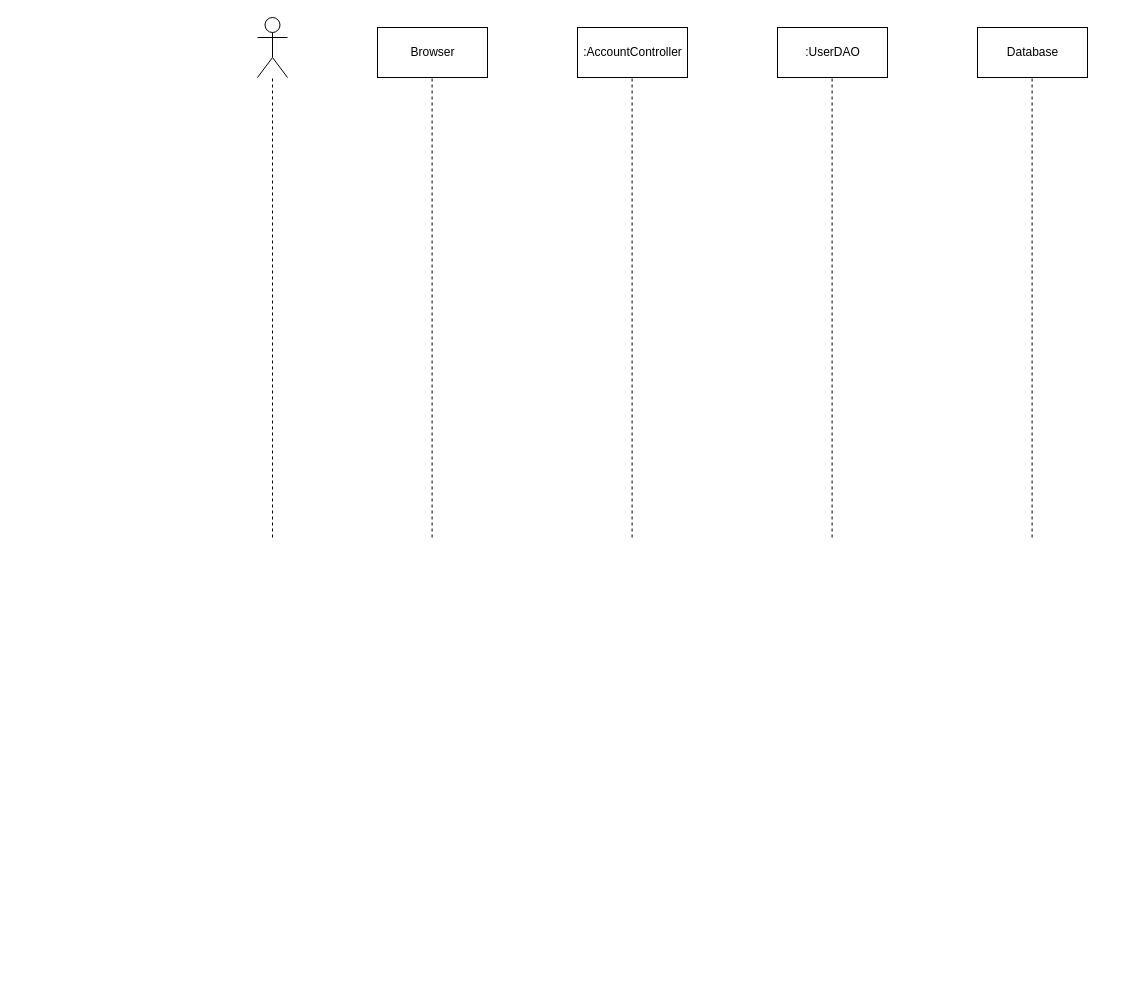
Earlier version of the draw.io diagram Documentation/Diagrams/Sequence-Diagram/Reset-Password-Sequence-Diagram.drawio (DavidDoanT/Project_DuoLegend). Source tidied: cells renumbered, new cells numbered last; positions are measured from the earlier drawing's top-left corner, leaving out a move shared by most shapes. Both pictures are drawn from the tidied source at 100%, with x=0, y=0 at pixel (257, 17).
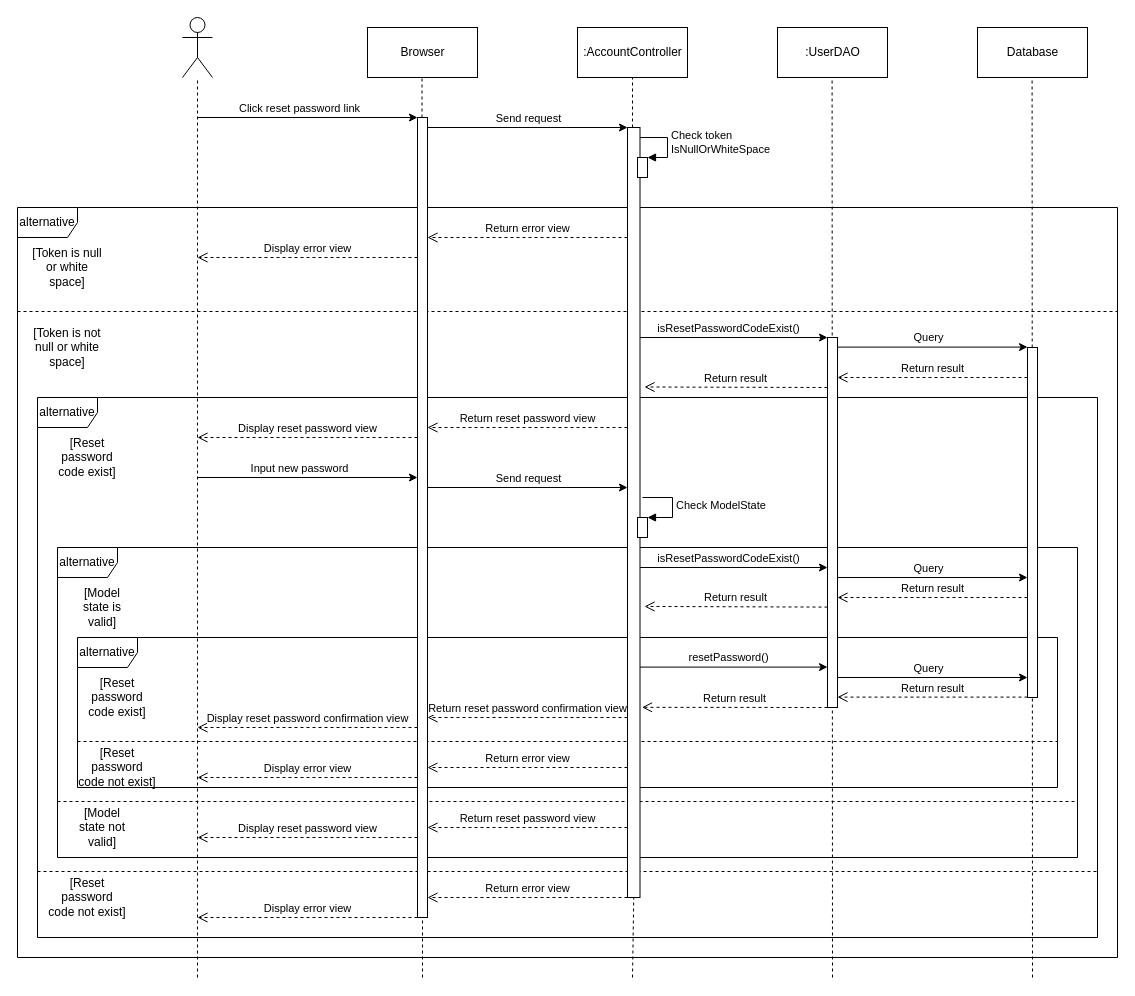
The same diagram, later.

Unchanged cells that the change refers to:
```xml
<mxCell id="4" value=":AccountController" style="html=1;" parent="1" vertex="1">
  <mxGeometry x="320" y="10" width="110" height="50" as="geometry" />
</mxCell>
```

Change to the diagram source:
```diff
@@
+    <mxCell id="12" value="alternative" style="shape=umlFrame;whiteSpace=wrap;html=1;" parent="1" vertex="1">
+      <mxGeometry x="-240" y="190" width="1100" height="750" as="geometry" />
+    </mxCell>
+    <mxCell id="13" style="endArrow=none;dashed=1;html=1;fontColor=none;entryX=0.5;entryY=1;entryDx=0;entryDy=0;startArrow=none;" parent="1" edge="1" source="72" target="4">
+      <mxGeometry relative="1" as="geometry" />
+    </mxCell>
+    <mxCell id="14" value="alternative" style="shape=umlFrame;whiteSpace=wrap;html=1;" parent="1" vertex="1">
+      <mxGeometry x="-220" y="380" width="1060" height="540" as="geometry" />
+    </mxCell>
+    <mxCell id="15" value="alternative" style="shape=umlFrame;whiteSpace=wrap;html=1;" parent="1" vertex="1">
+      <mxGeometry x="-200" y="530" width="1020" height="310" as="geometry" />
+    </mxCell>
+    <mxCell id="16" value="alternative" style="shape=umlFrame;whiteSpace=wrap;html=1;" parent="1" vertex="1">
+      <mxGeometry x="-180" y="620" width="980" height="150" as="geometry" />
+    </mxCell>
     <mxCell id="2" value="Actor" style="shape=umlActor;verticalLabelPosition=bottom;verticalAlign=top;html=1;noLabel=1;fontColor=none;" parent="1" vertex="1">
-      <mxGeometry width="30" height="60" as="geometry" />
+      <mxGeometry x="-75" width="30" height="60" as="geometry" />
     </mxCell>
     <mxCell id="3" value="Browser" style="html=1;" parent="1" vertex="1">
-      <mxGeometry x="120" y="10" width="110" height="50" as="geometry" />
+      <mxGeometry x="110" y="10" width="110" height="50" as="geometry" />
     </mxCell>
@@
     <mxCell id="7" style="endArrow=none;dashed=1;html=1;fontColor=none;" parent="1" edge="1" target="2">
       <mxGeometry relative="1" as="geometry">
-        <mxPoint x="15" y="520" as="sourcePoint" />
+        <mxPoint x="-60" y="960" as="sourcePoint" />
       </mxGeometry>
     </mxCell>
     <mxCell id="8" style="endArrow=none;dashed=1;html=1;fontColor=none;" parent="1" edge="1">
       <mxGeometry relative="1" as="geometry">
-        <mxPoint x="574.6" y="520" as="sourcePoint" />
+        <mxPoint x="575" y="960" as="sourcePoint" />
         <mxPoint x="574.6" y="60" as="targetPoint" />
       </mxGeometry>
     </mxCell>
-    <mxCell id="9" style="endArrow=none;dashed=1;html=1;fontColor=none;" parent="1" edge="1">
-      <mxGeometry relative="1" as="geometry">
-        <mxPoint x="374.6" y="520" as="sourcePoint" />
-        <mxPoint x="374.6" y="60" as="targetPoint" />
-      </mxGeometry>
-    </mxCell>
-    <mxCell id="10" style="endArrow=none;dashed=1;html=1;fontColor=none;" parent="1" edge="1">
+    <mxCell id="10" style="endArrow=none;dashed=1;html=1;fontColor=none;startArrow=none;" parent="1" edge="1" source="70">
       <mxGeometry relative="1" as="geometry">
-        <mxPoint x="174.6" y="520" as="sourcePoint" />
-        <mxPoint x="174.6" y="60" as="targetPoint" />
+        <mxPoint x="164.5" y="60" as="targetPoint" />
       </mxGeometry>
     </mxCell>
     <mxCell id="11" style="endArrow=none;dashed=1;html=1;fontColor=none;" parent="1" edge="1">
       <mxGeometry relative="1" as="geometry">
-        <mxPoint x="774.6" y="520" as="sourcePoint" />
+        <mxPoint x="775" y="960" as="sourcePoint" />
         <mxPoint x="774.6" y="60" as="targetPoint" />
       </mxGeometry>
     </mxCell>
+    <mxCell id="17" style="endArrow=classic;html=1;" parent="1" edge="1">
+      <mxGeometry relative="1" as="geometry">
+        <mxPoint x="-60" y="100" as="sourcePoint" />
+        <mxPoint x="160" y="100" as="targetPoint" />
+      </mxGeometry>
+    </mxCell>
+    <mxCell id="18" value="Click reset password link" style="edgeLabel;html=1;align=center;verticalAlign=middle;" parent="17" vertex="1">
+      <mxGeometry x="-0.08" y="1" relative="1" as="geometry">
+        <mxPoint y="-9" as="offset" />
+      </mxGeometry>
+    </mxCell>
+    <mxCell id="19" style="endArrow=classic;html=1;" parent="1" edge="1">
+      <mxGeometry relative="1" as="geometry">
+        <mxPoint x="170" y="110" as="sourcePoint" />
+        <mxPoint x="370" y="110" as="targetPoint" />
+      </mxGeometry>
+    </mxCell>
+    <mxCell id="20" value="Send request" style="edgeLabel;html=1;align=center;verticalAlign=middle;" parent="19" vertex="1">
+      <mxGeometry x="-0.18" y="2" relative="1" as="geometry">
+        <mxPoint x="18" y="-8" as="offset" />
+      </mxGeometry>
+    </mxCell>
+    <mxCell id="21" value="Check token &lt;br&gt;IsNullOrWhiteSpace" style="edgeStyle=orthogonalEdgeStyle;html=1;align=left;spacingLeft=2;endArrow=block;rounded=0;entryX=1;entryY=0;" parent="1" edge="1" target="74">
+      <mxGeometry relative="1" as="geometry">
+        <mxPoint x="380" y="120" as="sourcePoint" />
+        <Array as="points">
+          <mxPoint x="410" y="120" />
+          <mxPoint x="410" y="140" />
+        </Array>
+      </mxGeometry>
+    </mxCell>
+    <mxCell id="22" value="[Token is null or white space]" style="text;html=1;strokeColor=none;fillColor=none;align=center;verticalAlign=middle;whiteSpace=wrap;rounded=0;" parent="1" vertex="1">
+      <mxGeometry x="-230" y="240" width="80" height="20" as="geometry" />
+    </mxCell>
+    <mxCell id="23" value="Return error view" style="html=1;verticalAlign=bottom;endArrow=open;dashed=1;endSize=8;" parent="1" edge="1">
+      <mxGeometry relative="1" as="geometry">
+        <mxPoint x="370" y="220" as="sourcePoint" />
+        <mxPoint x="170" y="220" as="targetPoint" />
+      </mxGeometry>
+    </mxCell>
+    <mxCell id="24" value="Display error view" style="html=1;verticalAlign=bottom;endArrow=open;dashed=1;endSize=8;" parent="1" edge="1">
+      <mxGeometry relative="1" as="geometry">
+        <mxPoint x="160" y="240" as="sourcePoint" />
+        <mxPoint x="-60" y="240" as="targetPoint" />
+      </mxGeometry>
+    </mxCell>
+    <mxCell id="25" value="[Token is not null or white space]" style="text;html=1;strokeColor=none;fillColor=none;align=center;verticalAlign=middle;whiteSpace=wrap;rounded=0;" parent="1" vertex="1">
+      <mxGeometry x="-230" y="320" width="80" height="20" as="geometry" />
+    </mxCell>
+    <mxCell id="26" style="edgeStyle=orthogonalEdgeStyle;rounded=0;orthogonalLoop=1;jettySize=auto;html=1;exitX=0.5;exitY=1;exitDx=0;exitDy=0;" parent="1" edge="1" source="25" target="25">
+      <mxGeometry relative="1" as="geometry" />
+    </mxCell>
+    <mxCell id="27" style="line;strokeWidth=1;fillColor=none;align=left;verticalAlign=middle;spacingTop=-1;spacingLeft=3;spacingRight=3;labelPosition=right;dashed=1;" parent="1" vertex="1">
+      <mxGeometry x="-240" y="290" width="1100" height="8" as="geometry" />
+    </mxCell>
+    <mxCell id="28" style="endArrow=classic;html=1;" parent="1" edge="1">
+      <mxGeometry relative="1" as="geometry">
+        <mxPoint x="380" y="320" as="sourcePoint" />
+        <mxPoint x="570" y="320" as="targetPoint" />
+      </mxGeometry>
+    </mxCell>
+    <mxCell id="29" value="isResetPasswordCodeExist()" style="edgeLabel;html=1;align=center;verticalAlign=middle;" parent="28" vertex="1">
+      <mxGeometry x="-0.15" relative="1" as="geometry">
+        <mxPoint x="9" y="-10" as="offset" />
+      </mxGeometry>
+    </mxCell>
+    <mxCell id="30" style="endArrow=classic;html=1;" parent="1" edge="1">
+      <mxGeometry relative="1" as="geometry">
+        <mxPoint x="580" y="329.6" as="sourcePoint" />
+        <mxPoint x="770" y="329.6" as="targetPoint" />
+      </mxGeometry>
+    </mxCell>
+    <mxCell id="31" value="Query" style="edgeLabel;html=1;align=center;verticalAlign=middle;" parent="30" vertex="1">
+      <mxGeometry x="-0.15" relative="1" as="geometry">
+        <mxPoint x="9" y="-10" as="offset" />
+      </mxGeometry>
+    </mxCell>
+    <mxCell id="32" value="Return result" style="html=1;verticalAlign=bottom;endArrow=open;dashed=1;endSize=8;" parent="1" edge="1">
+      <mxGeometry relative="1" as="geometry">
+        <mxPoint x="770" y="360" as="sourcePoint" />
+        <mxPoint x="580" y="360" as="targetPoint" />
+      </mxGeometry>
+    </mxCell>
+    <mxCell id="33" value="Return result" style="html=1;verticalAlign=bottom;endArrow=open;dashed=1;endSize=8;entryX=1.36;entryY=0.337;entryDx=0;entryDy=0;entryPerimeter=0;" parent="1" edge="1" target="72">
+      <mxGeometry relative="1" as="geometry">
+        <mxPoint x="570" y="370" as="sourcePoint" />
+      </mxGeometry>
+    </mxCell>
+    <mxCell id="34" value="Return reset password view" style="html=1;verticalAlign=bottom;endArrow=open;dashed=1;endSize=8;" parent="1" edge="1">
+      <mxGeometry relative="1" as="geometry">
+        <mxPoint x="370" y="410" as="sourcePoint" />
+        <mxPoint x="170" y="410" as="targetPoint" />
+      </mxGeometry>
+    </mxCell>
+    <mxCell id="35" style="line;strokeWidth=1;fillColor=none;align=left;verticalAlign=middle;spacingTop=-1;spacingLeft=3;spacingRight=3;labelPosition=right;dashed=1;" parent="1" vertex="1">
+      <mxGeometry x="-220" y="850" width="1060" height="8" as="geometry" />
+    </mxCell>
+    <mxCell id="36" value="Display reset password view" style="html=1;verticalAlign=bottom;endArrow=open;dashed=1;endSize=8;" parent="1" edge="1">
+      <mxGeometry relative="1" as="geometry">
+        <mxPoint x="160" y="420" as="sourcePoint" />
+        <mxPoint x="-60" y="420" as="targetPoint" />
+      </mxGeometry>
+    </mxCell>
+    <mxCell id="37" value="[Reset password code exist]" style="text;html=1;strokeColor=none;fillColor=none;align=center;verticalAlign=middle;whiteSpace=wrap;rounded=0;dashed=1;" parent="1" vertex="1">
+      <mxGeometry x="-200" y="430" width="60" height="20" as="geometry" />
+    </mxCell>
+    <mxCell id="38" value="[Reset password code not exist]" style="text;html=1;strokeColor=none;fillColor=none;align=center;verticalAlign=middle;whiteSpace=wrap;rounded=0;dashed=1;" parent="1" vertex="1">
+      <mxGeometry x="-210" y="870" width="80" height="20" as="geometry" />
+    </mxCell>
+    <mxCell id="39" value="Return error view" style="html=1;verticalAlign=bottom;endArrow=open;dashed=1;endSize=8;" parent="1" edge="1">
+      <mxGeometry relative="1" as="geometry">
+        <mxPoint x="370" y="880" as="sourcePoint" />
+        <mxPoint x="170" y="880" as="targetPoint" />
+      </mxGeometry>
+    </mxCell>
+    <mxCell id="40" value="Display error view" style="html=1;verticalAlign=bottom;endArrow=open;dashed=1;endSize=8;" parent="1" edge="1">
+      <mxGeometry relative="1" as="geometry">
+        <mxPoint x="160" y="900" as="sourcePoint" />
+        <mxPoint x="-60" y="900" as="targetPoint" />
+      </mxGeometry>
+    </mxCell>
+    <mxCell id="41" style="endArrow=classic;html=1;" parent="1" edge="1">
+      <mxGeometry relative="1" as="geometry">
+        <mxPoint x="-60" y="460" as="sourcePoint" />
+        <mxPoint x="160" y="460" as="targetPoint" />
+      </mxGeometry>
+    </mxCell>
+    <mxCell id="42" value="Input new password" style="edgeLabel;html=1;align=center;verticalAlign=middle;" parent="41" vertex="1">
+      <mxGeometry x="-0.08" y="1" relative="1" as="geometry">
+        <mxPoint y="-9" as="offset" />
+      </mxGeometry>
+    </mxCell>
+    <mxCell id="43" style="endArrow=classic;html=1;" parent="1" edge="1">
+      <mxGeometry relative="1" as="geometry">
+        <mxPoint x="170" y="470" as="sourcePoint" />
+        <mxPoint x="370" y="470" as="targetPoint" />
+      </mxGeometry>
+    </mxCell>
+    <mxCell id="44" value="Send request" style="edgeLabel;html=1;align=center;verticalAlign=middle;" parent="43" vertex="1">
+      <mxGeometry x="-0.18" y="2" relative="1" as="geometry">
+        <mxPoint x="18" y="-8" as="offset" />
+      </mxGeometry>
+    </mxCell>
+    <mxCell id="45" value="Check ModelState" style="edgeStyle=orthogonalEdgeStyle;html=1;align=left;spacingLeft=2;endArrow=block;rounded=0;entryX=1;entryY=0;" parent="1" edge="1" target="75">
+      <mxGeometry relative="1" as="geometry">
+        <mxPoint x="385" y="480" as="sourcePoint" />
+        <Array as="points">
+          <mxPoint x="415" y="480" />
+        </Array>
+      </mxGeometry>
+    </mxCell>
+    <mxCell id="46" style="line;strokeWidth=1;fillColor=none;align=left;verticalAlign=middle;spacingTop=-1;spacingLeft=3;spacingRight=3;labelPosition=right;dashed=1;" parent="1" vertex="1">
+      <mxGeometry x="-200" y="780" width="1020" height="8" as="geometry" />
+    </mxCell>
+    <mxCell id="47" value="[Model state not valid]" style="text;html=1;strokeColor=none;fillColor=none;align=center;verticalAlign=middle;whiteSpace=wrap;rounded=0;dashed=1;" parent="1" vertex="1">
+      <mxGeometry x="-180" y="800" width="50" height="20" as="geometry" />
+    </mxCell>
+    <mxCell id="48" value="Return reset password view" style="html=1;verticalAlign=bottom;endArrow=open;dashed=1;endSize=8;" parent="1" edge="1">
+      <mxGeometry relative="1" as="geometry">
+        <mxPoint x="370" y="810" as="sourcePoint" />
+        <mxPoint x="170" y="810" as="targetPoint" />
+      </mxGeometry>
+    </mxCell>
+    <mxCell id="49" value="Display reset password view" style="html=1;verticalAlign=bottom;endArrow=open;dashed=1;endSize=8;" parent="1" edge="1">
+      <mxGeometry relative="1" as="geometry">
+        <mxPoint x="160" y="820" as="sourcePoint" />
+        <mxPoint x="-60" y="820" as="targetPoint" />
+      </mxGeometry>
+    </mxCell>
+    <mxCell id="50" style="endArrow=classic;html=1;" parent="1" edge="1">
+      <mxGeometry relative="1" as="geometry">
+        <mxPoint x="380" y="550" as="sourcePoint" />
+        <mxPoint x="570" y="550" as="targetPoint" />
+      </mxGeometry>
+    </mxCell>
+    <mxCell id="51" value="isResetPasswordCodeExist()" style="edgeLabel;html=1;align=center;verticalAlign=middle;" parent="50" vertex="1">
+      <mxGeometry x="-0.15" relative="1" as="geometry">
+        <mxPoint x="9" y="-10" as="offset" />
+      </mxGeometry>
+    </mxCell>
+    <mxCell id="52" value="[Model state is valid]" style="text;html=1;strokeColor=none;fillColor=none;align=center;verticalAlign=middle;whiteSpace=wrap;rounded=0;dashed=1;" parent="1" vertex="1">
+      <mxGeometry x="-180" y="580" width="50" height="20" as="geometry" />
+    </mxCell>
+    <mxCell id="53" style="endArrow=classic;html=1;" parent="1" edge="1">
+      <mxGeometry relative="1" as="geometry">
+        <mxPoint x="580" y="560" as="sourcePoint" />
+        <mxPoint x="770" y="560" as="targetPoint" />
+      </mxGeometry>
+    </mxCell>
+    <mxCell id="54" value="Query" style="edgeLabel;html=1;align=center;verticalAlign=middle;" parent="53" vertex="1">
+      <mxGeometry x="-0.15" relative="1" as="geometry">
+        <mxPoint x="9" y="-10" as="offset" />
+      </mxGeometry>
+    </mxCell>
+    <mxCell id="55" value="Return result" style="html=1;verticalAlign=bottom;endArrow=open;dashed=1;endSize=8;" parent="1" edge="1">
+      <mxGeometry relative="1" as="geometry">
+        <mxPoint x="770" y="580" as="sourcePoint" />
+        <mxPoint x="580" y="580" as="targetPoint" />
+      </mxGeometry>
+    </mxCell>
+    <mxCell id="56" value="Return result" style="html=1;verticalAlign=bottom;endArrow=open;dashed=1;endSize=8;entryX=1.36;entryY=0.622;entryDx=0;entryDy=0;entryPerimeter=0;" parent="1" edge="1" target="72">
+      <mxGeometry relative="1" as="geometry">
+        <mxPoint x="570" y="589.6" as="sourcePoint" />
+      </mxGeometry>
+    </mxCell>
+    <mxCell id="57" style="line;strokeWidth=1;fillColor=none;align=left;verticalAlign=middle;spacingTop=-1;spacingLeft=3;spacingRight=3;labelPosition=right;dashed=1;" parent="1" vertex="1">
+      <mxGeometry x="-180" y="720" width="980" height="8" as="geometry" />
+    </mxCell>
+    <mxCell id="58" value="[Reset password code exist]" style="text;html=1;strokeColor=none;fillColor=none;align=center;verticalAlign=middle;whiteSpace=wrap;rounded=0;dashed=1;" parent="1" vertex="1">
+      <mxGeometry x="-170" y="670" width="60" height="20" as="geometry" />
+    </mxCell>
+    <mxCell id="59" style="endArrow=classic;html=1;" parent="1" edge="1">
+      <mxGeometry relative="1" as="geometry">
+        <mxPoint x="380" y="649.6" as="sourcePoint" />
+        <mxPoint x="570" y="649.6" as="targetPoint" />
+      </mxGeometry>
+    </mxCell>
+    <mxCell id="60" value="resetPassword()" style="edgeLabel;html=1;align=center;verticalAlign=middle;" parent="59" vertex="1">
+      <mxGeometry x="-0.15" relative="1" as="geometry">
+        <mxPoint x="9" y="-10" as="offset" />
+      </mxGeometry>
+    </mxCell>
+    <mxCell id="61" style="endArrow=classic;html=1;" parent="1" edge="1">
+      <mxGeometry relative="1" as="geometry">
+        <mxPoint x="580" y="660" as="sourcePoint" />
+        <mxPoint x="770" y="660" as="targetPoint" />
+      </mxGeometry>
+    </mxCell>
+    <mxCell id="62" value="Query" style="edgeLabel;html=1;align=center;verticalAlign=middle;" parent="61" vertex="1">
+      <mxGeometry x="-0.15" relative="1" as="geometry">
+        <mxPoint x="9" y="-10" as="offset" />
+      </mxGeometry>
+    </mxCell>
+    <mxCell id="63" value="Return result" style="html=1;verticalAlign=bottom;endArrow=open;dashed=1;endSize=8;" parent="1" edge="1">
+      <mxGeometry relative="1" as="geometry">
+        <mxPoint x="770" y="679.6" as="sourcePoint" />
+        <mxPoint x="580" y="679.6" as="targetPoint" />
+      </mxGeometry>
+    </mxCell>
+    <mxCell id="64" value="Return result" style="html=1;verticalAlign=bottom;endArrow=open;dashed=1;endSize=8;entryX=1.16;entryY=0.753;entryDx=0;entryDy=0;entryPerimeter=0;" parent="1" edge="1" target="72">
+      <mxGeometry relative="1" as="geometry">
+        <mxPoint x="570" y="690" as="sourcePoint" />
+      </mxGeometry>
+    </mxCell>
+    <mxCell id="65" value="Return reset password confirmation view" style="html=1;verticalAlign=bottom;endArrow=open;dashed=1;endSize=8;" parent="1" edge="1">
+      <mxGeometry relative="1" as="geometry">
+        <mxPoint x="370" y="700" as="sourcePoint" />
+        <mxPoint x="170" y="700" as="targetPoint" />
+      </mxGeometry>
+    </mxCell>
+    <mxCell id="66" value="Display reset password confirmation view" style="html=1;verticalAlign=bottom;endArrow=open;dashed=1;endSize=8;" parent="1" edge="1">
+      <mxGeometry relative="1" as="geometry">
+        <mxPoint x="160" y="710" as="sourcePoint" />
+        <mxPoint x="-60" y="710" as="targetPoint" />
+      </mxGeometry>
+    </mxCell>
+    <mxCell id="67" value="Return error view" style="html=1;verticalAlign=bottom;endArrow=open;dashed=1;endSize=8;" parent="1" edge="1">
+      <mxGeometry relative="1" as="geometry">
+        <mxPoint x="370" y="750" as="sourcePoint" />
+        <mxPoint x="170" y="750" as="targetPoint" />
+      </mxGeometry>
+    </mxCell>
+    <mxCell id="68" value="Display error view" style="html=1;verticalAlign=bottom;endArrow=open;dashed=1;endSize=8;" parent="1" edge="1">
+      <mxGeometry relative="1" as="geometry">
+        <mxPoint x="160" y="760" as="sourcePoint" />
+        <mxPoint x="-60" y="760" as="targetPoint" />
+      </mxGeometry>
+    </mxCell>
+    <mxCell id="69" value="&lt;font style=&quot;font-size: 12px&quot;&gt;[Reset password code not exist]&lt;/font&gt;" style="text;html=1;strokeColor=none;fillColor=none;align=center;verticalAlign=middle;whiteSpace=wrap;rounded=0;dashed=1;" parent="1" vertex="1">
+      <mxGeometry x="-180" y="740" width="80" height="20" as="geometry" />
+    </mxCell>
+    <mxCell id="70" style="html=1;points=[];perimeter=orthogonalPerimeter;" parent="1" vertex="1">
+      <mxGeometry x="160" y="100" width="10" height="800" as="geometry" />
+    </mxCell>
+    <mxCell id="71" style="endArrow=none;dashed=1;html=1;fontColor=none;" parent="1" edge="1" target="70">
+      <mxGeometry relative="1" as="geometry">
+        <mxPoint x="165" y="960" as="sourcePoint" />
+      </mxGeometry>
+    </mxCell>
+    <mxCell id="72" style="html=1;points=[];perimeter=orthogonalPerimeter;" parent="1" vertex="1">
+      <mxGeometry x="370" y="110" width="12.5" height="770" as="geometry" />
+    </mxCell>
+    <mxCell id="73" style="endArrow=none;dashed=1;html=1;fontColor=none;entryX=0.5;entryY=1;entryDx=0;entryDy=0;" parent="1" edge="1" target="72">
+      <mxGeometry relative="1" as="geometry">
+        <mxPoint x="375" y="960" as="sourcePoint" />
+      </mxGeometry>
+    </mxCell>
+    <mxCell id="74" style="html=1;points=[];perimeter=orthogonalPerimeter;" parent="1" vertex="1">
+      <mxGeometry x="380" y="140" width="10" height="20" as="geometry" />
+    </mxCell>
+    <mxCell id="75" style="html=1;points=[];perimeter=orthogonalPerimeter;" parent="1" vertex="1">
+      <mxGeometry x="380" y="500" width="10" height="20" as="geometry" />
+    </mxCell>
+    <mxCell id="76" style="html=1;perimeter=orthogonalPerimeter;" parent="1" vertex="1">
+      <mxGeometry x="570" y="320" width="10" height="370" as="geometry" />
+    </mxCell>
+    <mxCell id="77" style="html=1;perimeter=orthogonalPerimeter;" parent="1" vertex="1">
+      <mxGeometry x="770" y="330" width="10" height="350" as="geometry" />
+    </mxCell>
```
